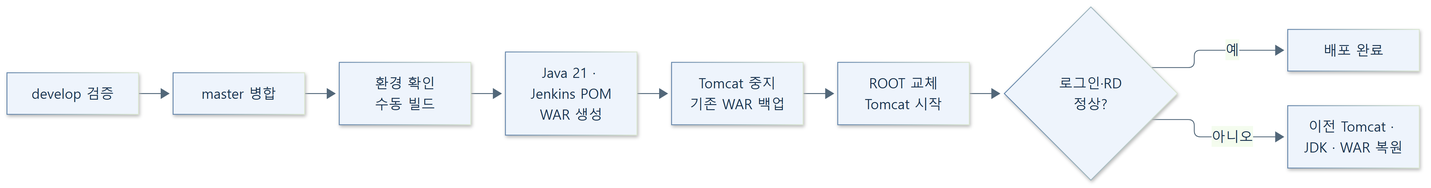
The Mermaid diagram assets/withhr/deploy-flow.png in mnuil/mnuil, before a commit. Its source is kept beside it as assets/withhr/deploy-flow.mmd.
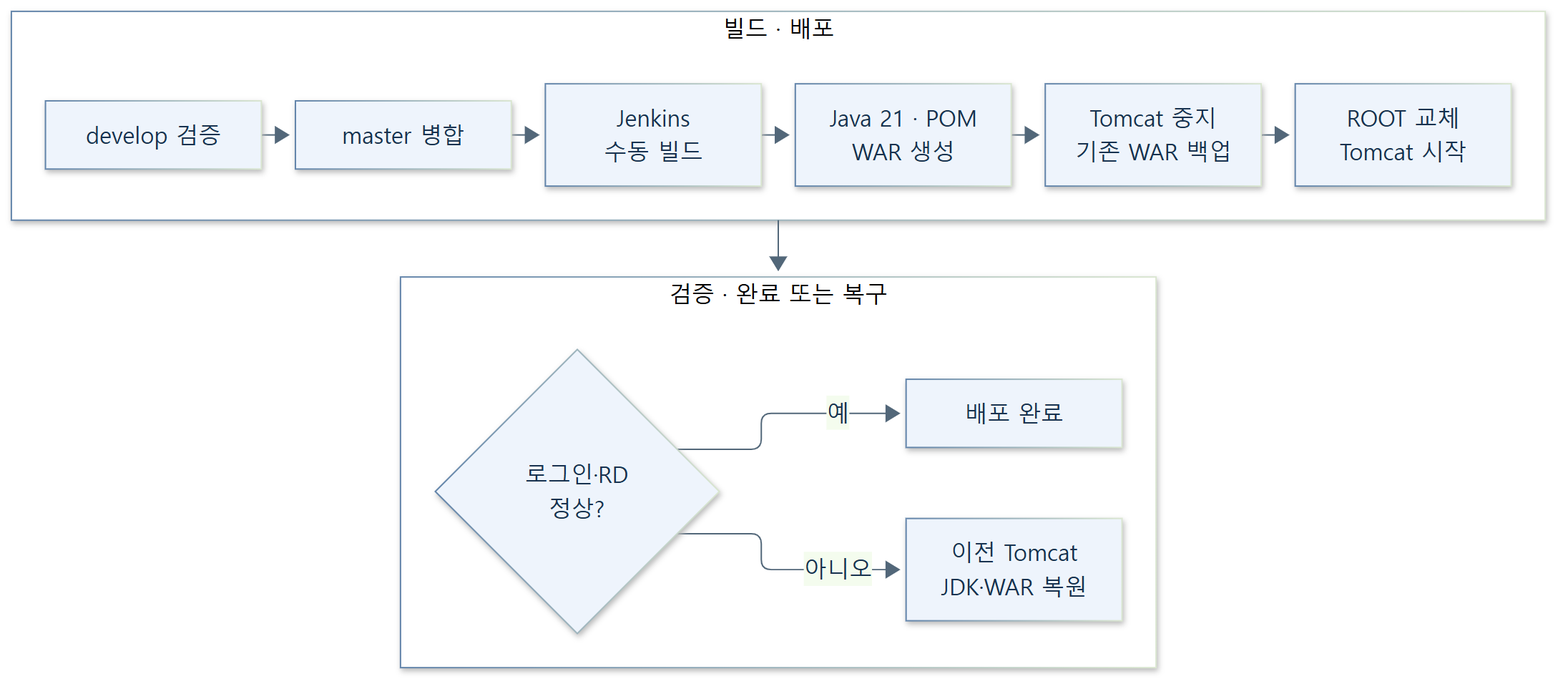
The same diagram one commit later.

The edit, as a diff of the source:
```diff
@@ -1,6 +1,12 @@
 %%{init: {"theme":"base","fontFamily":"Malgun Gothic, sans-serif","themeVariables":{"fontFamily":"Malgun Gothic, sans-serif","fontSize":"16px","primaryColor":"#eef4fc","primaryTextColor":"#18324f","primaryBorderColor":"#6284aa","lineColor":"#526779","actorBkg":"#eef4fc","actorBorder":"#6284aa"},"flowchart":{"htmlLabels":true,"nodeSpacing":24,"rankSpacing":28,"padding":16},"sequence":{"actorMargin":35,"messageMargin":24,"noteMargin":12,"mirrorActors":false,"useMaxWidth":true}}}%%
-flowchart LR
- A["develop 검증"] --> B["master 병합"] --> C["환경 확인<br/>수동 빌드"] --> D["Java 21 · Jenkins POM<br/>WAR 생성"]
- D --> E["Tomcat 중지<br/>기존 WAR 백업"] --> F["ROOT 교체<br/>Tomcat 시작"] --> G{"로그인·RD<br/>정상?"}
- G -->|예| H["배포 완료"]
- G -->|아니오| I["이전 Tomcat · JDK · WAR 복원"]
+flowchart TB
+ subgraph PREP["빌드 · 배포"]
+ direction LR
+ A["develop 검증"] --> B["master 병합"] --> C["Jenkins<br/>수동 빌드"] --> D["Java 21 · POM<br/>WAR 생성"] --> E["Tomcat 중지<br/>기존 WAR 백업"] --> F["ROOT 교체<br/>Tomcat 시작"]
+ end
+ subgraph CHECK["검증 · 완료 또는 복구"]
+ direction LR
+ G{"로그인·RD<br/>정상?"} -->|예| H["배포 완료"]
+ G -->|아니오| I["이전 Tomcat<br/>JDK·WAR 복원"]
+ end
+ PREP --> CHECK
```
